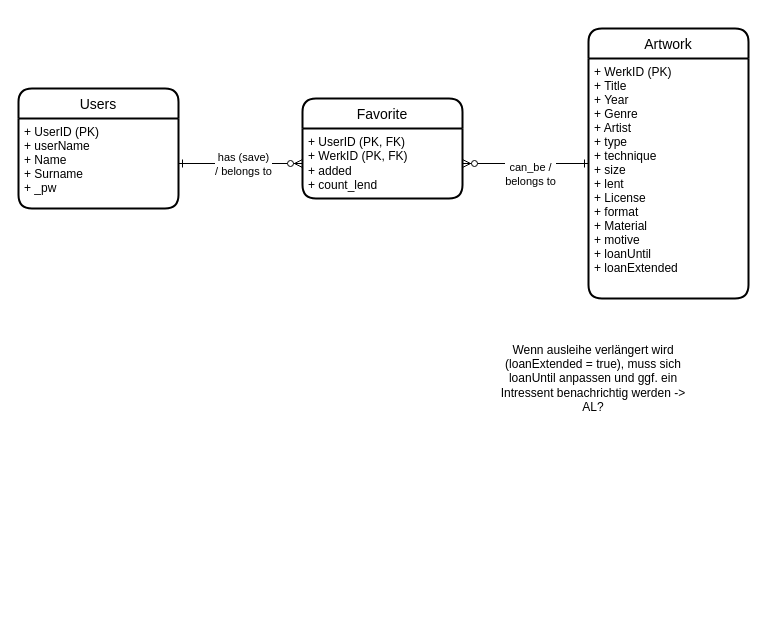
Above: page "ERM" (5 of 5) of Artefakte/Untitled Diagram.drawio in JJJS777/EPWS2122KwintSchiller (draw.io), before the change. Source tidied: cells renumbered, new cells numbered last; positions are measured from the earlier drawing's top-left corner, leaving out a move shared by most shapes. Both pictures are drawn from the tidied source at 100%, with x=0, y=0 at pixel (18, 28).
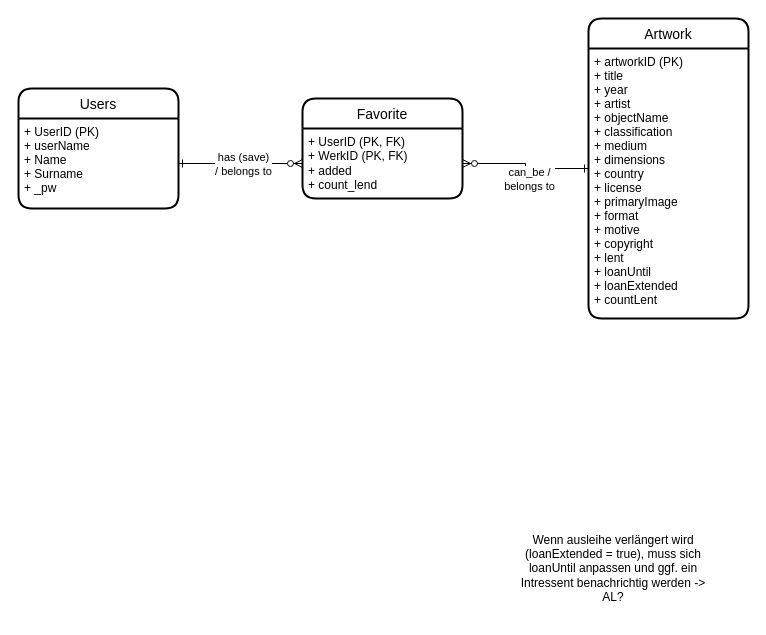
The same diagram, later.

Change to the diagram source:
```diff
@@
 <mxGraphModel>
   <root>
     <mxCell id="0" />
     <mxCell id="1" parent="0" />
     <mxCell id="2" value="Users" style="swimlane;horizontal=1;startSize=30;rounded=1;fontSize=14;fontStyle=0;strokeWidth=2;shadow=0;dashed=0;align=center;" parent="1" vertex="1">
       <mxGeometry y="60" width="160" height="120" as="geometry" />
     </mxCell>
     <mxCell id="3" value="+ UserID (PK)&#10;+ userName&#10;+ Name&#10;+ Surname&#10;+ _pw&#10;" style="align=left;strokeColor=none;fillColor=none;spacingLeft=4;fontSize=12;verticalAlign=top;" parent="2" vertex="1">
       <mxGeometry y="30" width="160" height="90" as="geometry" />
     </mxCell>
     <mxCell id="4" style="edgeStyle=orthogonalEdgeStyle;rounded=0;jettySize=auto;html=1;startArrow=ERone;startFill=0;endArrow=ERzeroToMany;endFill=1;" parent="1" edge="1" source="6" target="9">
       <mxGeometry relative="1" as="geometry" />
     </mxCell>
     <mxCell id="5" value="&lt;div&gt;can_be /&lt;br&gt;&lt;/div&gt;&lt;div&gt;belongs to&lt;/div&gt;" style="edgeLabel;html=1;align=center;verticalAlign=middle;" parent="4" vertex="1">
       <mxGeometry x="-0.43" relative="1" as="geometry">
         <mxPoint x="-23" y="10" as="offset" />
       </mxGeometry>
     </mxCell>
     <mxCell id="6" value="Artwork" style="swimlane;horizontal=1;startSize=30;rounded=1;fontSize=14;fontStyle=0;strokeWidth=2;shadow=0;dashed=0;align=center;" parent="1" vertex="1">
-      <mxGeometry x="570" width="160" height="270" as="geometry" />
+      <mxGeometry x="570" y="-10" width="160" height="300" as="geometry" />
     </mxCell>
-    <mxCell id="7" value="+ WerkID (PK)&#10;+ Title&#10;+ Year&#10;+ Genre&#10;+ Artist&#10;+ type&#10;+ technique&#10;+ size&#10;+ lent&#10;+ License&#10;+ format&#10;+ Material&#10;+ motive&#10;+ loanUntil&#10;+ loanExtended&#10;" style="align=left;strokeColor=none;fillColor=none;spacingLeft=4;fontSize=12;verticalAlign=top;" parent="6" vertex="1">
-      <mxGeometry y="30" width="160" height="240" as="geometry" />
+    <mxCell id="7" value="+ artworkID (PK)&#10;+ title&#10;+ year&#10;+ artist&#10;+ objectName&#10;+ classification&#10;+ medium&#10;+ dimensions&#10;+ country&#10;+ license&#10;+ primaryImage&#10;+ format&#10;+ motive&#10;+ copyright&#10;+ lent&#10;+ loanUntil&#10;+ loanExtended&#10;+ countLent&#10;" style="align=left;strokeColor=none;fillColor=none;spacingLeft=4;fontSize=12;verticalAlign=top;" parent="6" vertex="1">
+      <mxGeometry y="30" width="160" height="270" as="geometry" />
     </mxCell>
     <mxCell id="8" value="Favorite" style="swimlane;horizontal=1;startSize=30;rounded=1;fontSize=14;fontStyle=0;strokeWidth=2;shadow=0;dashed=0;align=center;" parent="1" vertex="1">
       <mxGeometry x="284" y="70" width="160" height="100" as="geometry" />
     </mxCell>
     <mxCell id="9" value="+ UserID (PK, FK)&lt;br&gt;&lt;div&gt;+ WerkID (PK, FK)&lt;/div&gt;&lt;div&gt;+ added&lt;/div&gt;&lt;div&gt;+ count_lend&lt;br&gt;&lt;/div&gt;" style="align=left;strokeColor=none;fillColor=none;spacingLeft=4;fontSize=12;verticalAlign=top;html=1;" parent="8" vertex="1">
       <mxGeometry y="30" width="160" height="70" as="geometry" />
     </mxCell>
     <mxCell id="10" style="edgeStyle=orthogonalEdgeStyle;rounded=0;jettySize=auto;html=1;endArrow=ERzeroToMany;endFill=1;startArrow=ERone;startFill=0;" parent="1" edge="1" source="3" target="9">
       <mxGeometry relative="1" as="geometry" />
     </mxCell>
     <mxCell id="11" value="has (save)&lt;br&gt;/ belongs to" style="edgeLabel;html=1;align=center;verticalAlign=middle;" parent="10" vertex="1">
       <mxGeometry x="0.04" relative="1" as="geometry" />
     </mxCell>
     <mxCell id="12" value="Wenn ausleihe verlängert wird (loanExtended = true), muss sich loanUntil anpassen und ggf. ein Intressent benachrichtig werden -&amp;gt; AL?" style="text;html=1;strokeColor=none;fillColor=none;align=center;verticalAlign=middle;whiteSpace=wrap;rounded=0;" parent="1" vertex="1">
-      <mxGeometry x="470" y="300" width="210" height="100" as="geometry" />
+      <mxGeometry x="490" y="490" width="210" height="100" as="geometry" />
     </mxCell>
   </root>
 </mxGraphModel>
```
